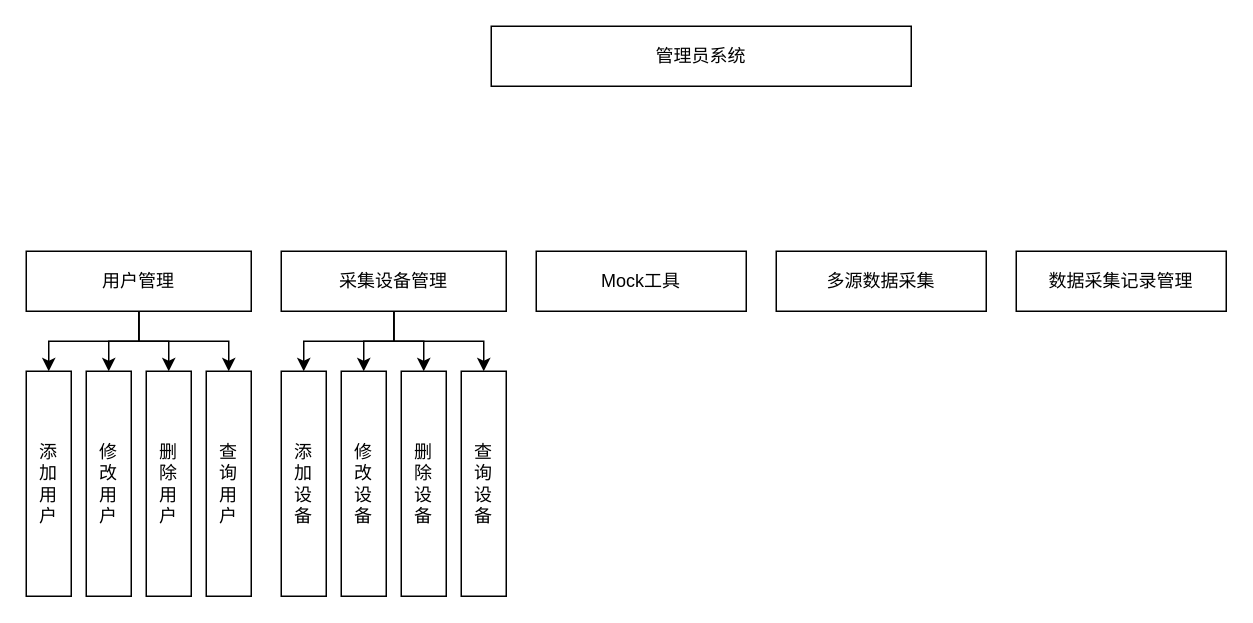
Before: 功能模块图.drawio in Thesis7/review--master, a draw.io diagram. Source tidied: cells renumbered, new cells numbered last; positions are measured from the earlier drawing's top-left corner, leaving out a move shared by most shapes. Both pictures are drawn from the tidied source at 150%, with x=0, y=0 at pixel (26, 26).
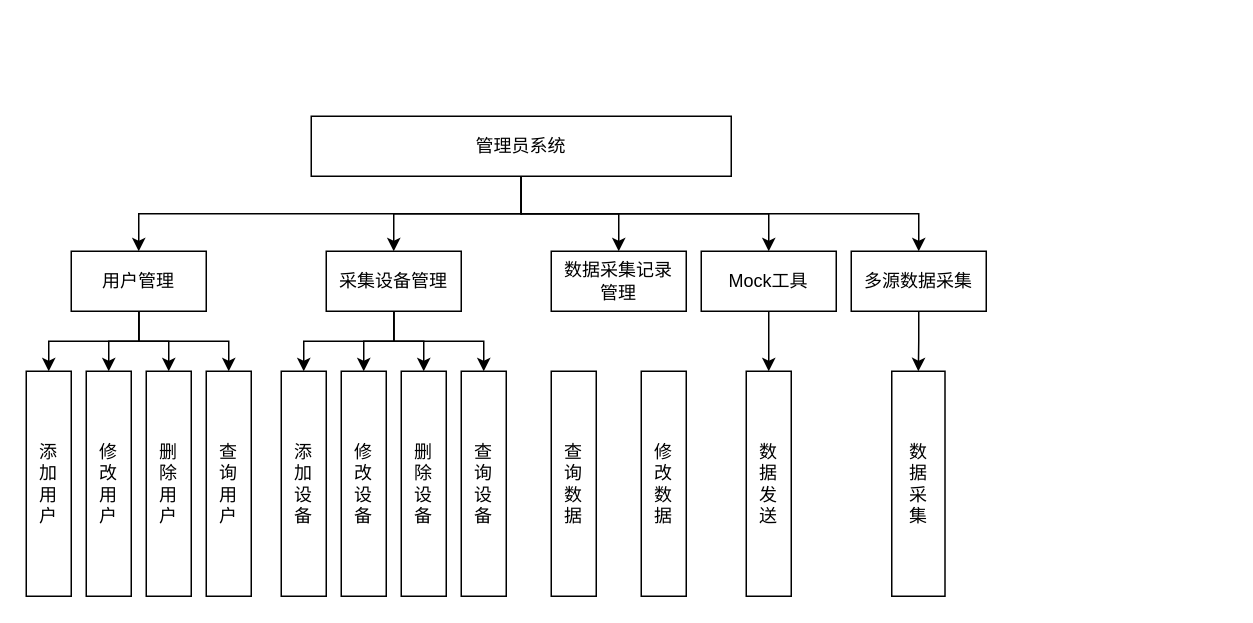
After the change.

Commit message (it also covers changes not shown here):
更新功能模块图.drawio

What changed in the source:
```diff
@@
+    <mxCell id="24" style="edgeStyle=orthogonalEdgeStyle;rounded=0;jettySize=auto;html=1;exitX=0.5;exitY=1;exitDx=0;exitDy=0;entryX=0.5;entryY=0;entryDx=0;entryDy=0;" parent="1" edge="1" source="2" target="7">
+      <mxGeometry relative="1" as="geometry" />
+    </mxCell>
+    <mxCell id="25" style="edgeStyle=orthogonalEdgeStyle;rounded=0;jettySize=auto;html=1;exitX=0.5;exitY=1;exitDx=0;exitDy=0;entryX=0.5;entryY=0;entryDx=0;entryDy=0;" parent="1" edge="1" source="2" target="19">
+      <mxGeometry relative="1" as="geometry" />
+    </mxCell>
+    <mxCell id="26" style="edgeStyle=orthogonalEdgeStyle;rounded=0;jettySize=auto;html=1;exitX=0.5;exitY=1;exitDx=0;exitDy=0;" parent="1" edge="1" source="2" target="10">
+      <mxGeometry relative="1" as="geometry" />
+    </mxCell>
+    <mxCell id="27" style="edgeStyle=orthogonalEdgeStyle;rounded=0;jettySize=auto;html=1;exitX=0.5;exitY=1;exitDx=0;exitDy=0;" parent="1" edge="1" source="2" target="8">
+      <mxGeometry relative="1" as="geometry" />
+    </mxCell>
+    <mxCell id="28" style="edgeStyle=orthogonalEdgeStyle;rounded=0;jettySize=auto;html=1;exitX=0.5;exitY=1;exitDx=0;exitDy=0;entryX=0.5;entryY=0;entryDx=0;entryDy=0;" parent="1" edge="1" source="2" target="9">
+      <mxGeometry relative="1" as="geometry" />
+    </mxCell>
     <mxCell id="2" value="管理员系统" style="rounded=0;whiteSpace=wrap;html=1;" parent="1" vertex="1">
-      <mxGeometry x="310" width="280" height="40" as="geometry" />
+      <mxGeometry x="190" y="60" width="280" height="40" as="geometry" />
     </mxCell>
@@
     <mxCell id="7" value="用户管理" style="rounded=0;whiteSpace=wrap;html=1;" parent="1" vertex="1">
-      <mxGeometry y="150" width="150" height="40" as="geometry" />
+      <mxGeometry x="30" y="150" width="90" height="40" as="geometry" />
     </mxCell>
+    <mxCell id="29" style="edgeStyle=orthogonalEdgeStyle;rounded=0;jettySize=auto;html=1;exitX=0.5;exitY=1;exitDx=0;exitDy=0;entryX=0.5;entryY=0;entryDx=0;entryDy=0;" parent="1" edge="1" source="8" target="31">
+      <mxGeometry relative="1" as="geometry" />
+    </mxCell>
     <mxCell id="8" value="Mock工具" style="rounded=0;whiteSpace=wrap;html=1;" parent="1" vertex="1">
-      <mxGeometry x="340" y="150" width="140" height="40" as="geometry" />
+      <mxGeometry x="450" y="150" width="90" height="40" as="geometry" />
     </mxCell>
+    <mxCell id="30" style="edgeStyle=orthogonalEdgeStyle;rounded=0;jettySize=auto;html=1;exitX=0.5;exitY=1;exitDx=0;exitDy=0;entryX=0.5;entryY=0;entryDx=0;entryDy=0;" parent="1" edge="1" source="9" target="32">
+      <mxGeometry relative="1" as="geometry" />
+    </mxCell>
     <mxCell id="9" value="多源数据采集" style="rounded=0;whiteSpace=wrap;html=1;" parent="1" vertex="1">
-      <mxGeometry x="500" y="150" width="140" height="40" as="geometry" />
+      <mxGeometry x="550" y="150" width="90" height="40" as="geometry" />
     </mxCell>
-    <mxCell id="10" value="数据采集记录管理" style="rounded=0;whiteSpace=wrap;html=1;" parent="1" vertex="1">
-      <mxGeometry x="660" y="150" width="140" height="40" as="geometry" />
+    <mxCell id="10" value="数据采集&lt;span style=&quot;background-color: transparent; color: light-dark(rgb(0, 0, 0), rgb(255, 255, 255));&quot;&gt;记录&lt;/span&gt;&lt;div&gt;&lt;span style=&quot;background-color: transparent; color: light-dark(rgb(0, 0, 0), rgb(255, 255, 255));&quot;&gt;管理&lt;/span&gt;&lt;/div&gt;" style="rounded=0;whiteSpace=wrap;html=1;" parent="1" vertex="1">
+      <mxGeometry x="350" y="150" width="90" height="40" as="geometry" />
     </mxCell>
@@
     <mxCell id="19" value="采集设备管理" style="rounded=0;whiteSpace=wrap;html=1;" parent="1" vertex="1">
-      <mxGeometry x="170" y="150" width="150" height="40" as="geometry" />
+      <mxGeometry x="200" y="150" width="90" height="40" as="geometry" />
     </mxCell>
@@
+    <mxCell id="31" value="数&lt;div&gt;据&lt;/div&gt;&lt;div&gt;发&lt;/div&gt;&lt;div&gt;送&lt;/div&gt;" style="rounded=0;whiteSpace=wrap;html=1;" parent="1" vertex="1">
+      <mxGeometry x="480" y="230" width="30" height="150" as="geometry" />
+    </mxCell>
+    <mxCell id="32" value="数&lt;div&gt;据&lt;/div&gt;&lt;div&gt;采&lt;/div&gt;&lt;div&gt;集&lt;/div&gt;" style="rounded=0;whiteSpace=wrap;html=1;" parent="1" vertex="1">
+      <mxGeometry x="577" y="230" width="35.5" height="150" as="geometry" />
+    </mxCell>
+    <mxCell id="33" value="查&lt;div&gt;询&lt;/div&gt;&lt;div&gt;数&lt;/div&gt;&lt;div&gt;据&lt;/div&gt;" style="rounded=0;whiteSpace=wrap;html=1;" parent="1" vertex="1">
+      <mxGeometry x="350" y="230" width="30" height="150" as="geometry" />
+    </mxCell>
+    <mxCell id="34" value="修&lt;div&gt;改&lt;/div&gt;&lt;div&gt;&lt;div&gt;数&lt;/div&gt;&lt;div&gt;据&lt;/div&gt;&lt;/div&gt;" style="rounded=0;whiteSpace=wrap;html=1;" parent="1" vertex="1">
+      <mxGeometry x="410" y="230" width="30" height="150" as="geometry" />
+    </mxCell>
```
